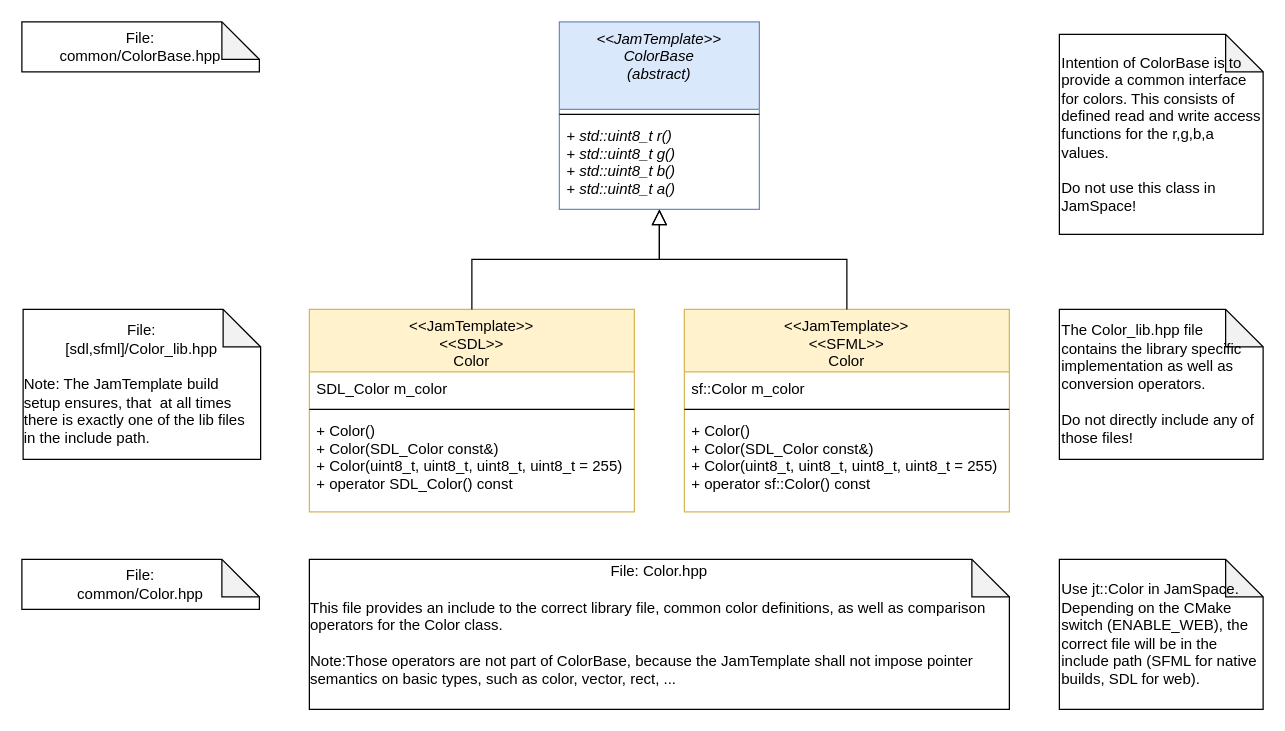
Laguna1989/JamTemplateCpp keeps this draw.io diagram as doc/ColorClasses.drawio. Above is the earlier version. Source tidied: cells renumbered, new cells numbered last; positions are measured from the earlier drawing's top-left corner, leaving out a move shared by most shapes. Both pictures are drawn from the tidied source at 125%, with x=0, y=0 at pixel (21, 21).
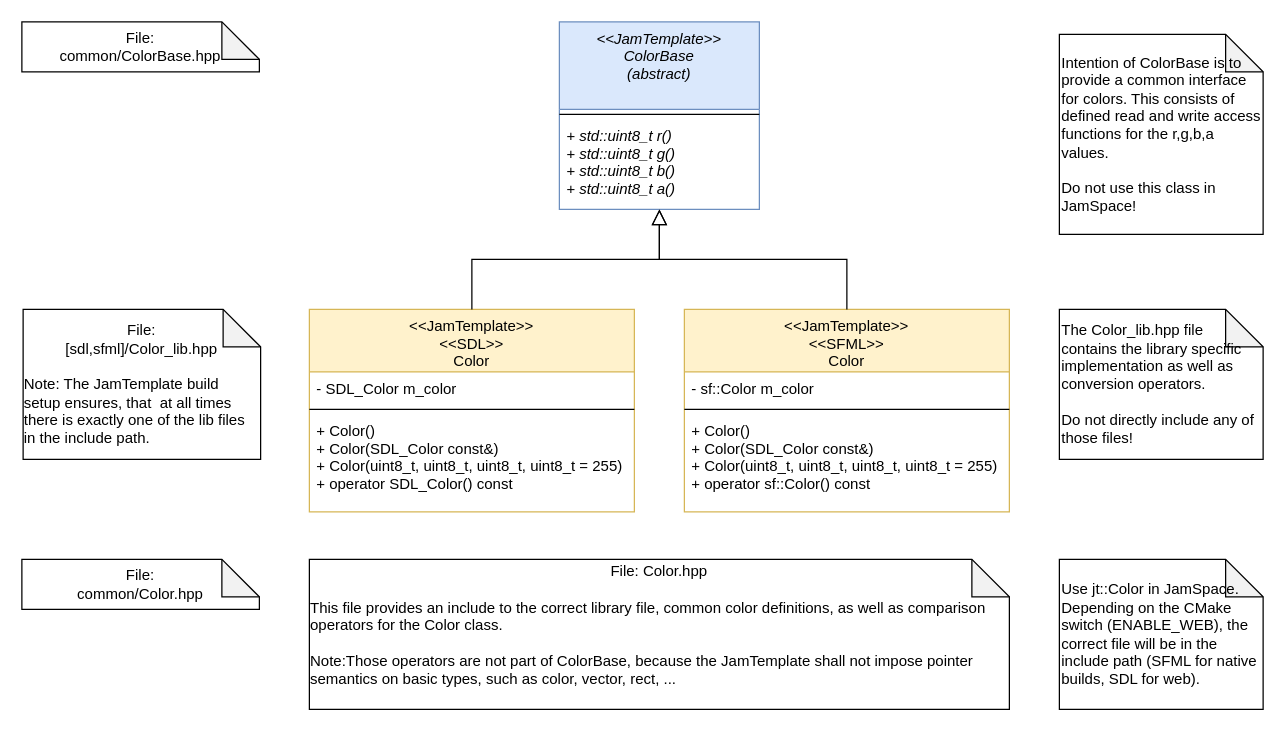
Above is the later version.

Unchanged cells that the change refers to:
```xml
<mxCell id="5" value="&lt;&lt;JamTemplate&gt;&gt;&#10;&lt;&lt;SDL&gt;&gt;&#10;Color" style="swimlane;fontStyle=0;align=center;verticalAlign=top;horizontal=1;startSize=50;rounded=0;shadow=0;strokeWidth=1;fillColor=#fff2cc;strokeColor=#d6b656;" parent="1" vertex="1">
  <mxGeometry x="230" y="230" width="260" height="162" as="geometry" />
</mxCell>
<mxCell id="10" value="&lt;&lt;JamTemplate&gt;&gt;&#10;&lt;&lt;SFML&gt;&gt;&#10;Color" style="swimlane;fontStyle=0;align=center;verticalAlign=top;horizontal=1;startSize=50;rounded=0;shadow=0;strokeWidth=1;fillColor=#fff2cc;strokeColor=#d6b656;" parent="1" vertex="1">
  <mxGeometry x="530" y="230" width="260" height="162" as="geometry" />
</mxCell>
```

What changed in the source:
```diff
@@
-    <mxCell id="6" value="SDL_Color m_color" style="text;align=left;verticalAlign=top;spacingLeft=4;spacingRight=4;overflow=hidden;" parent="5" vertex="1">
+    <mxCell id="6" value="- SDL_Color m_color" style="text;align=left;verticalAlign=top;spacingLeft=4;spacingRight=4;overflow=hidden;" parent="5" vertex="1">
       <mxGeometry y="50" width="260" height="26" as="geometry" />
     </mxCell>
@@
-    <mxCell id="11" value="sf::Color m_color" style="text;align=left;verticalAlign=top;spacingLeft=4;spacingRight=4;overflow=hidden;" parent="10" vertex="1">
+    <mxCell id="11" value="- sf::Color m_color" style="text;align=left;verticalAlign=top;spacingLeft=4;spacingRight=4;overflow=hidden;" parent="10" vertex="1">
       <mxGeometry y="50" width="260" height="26" as="geometry" />
     </mxCell>
```
